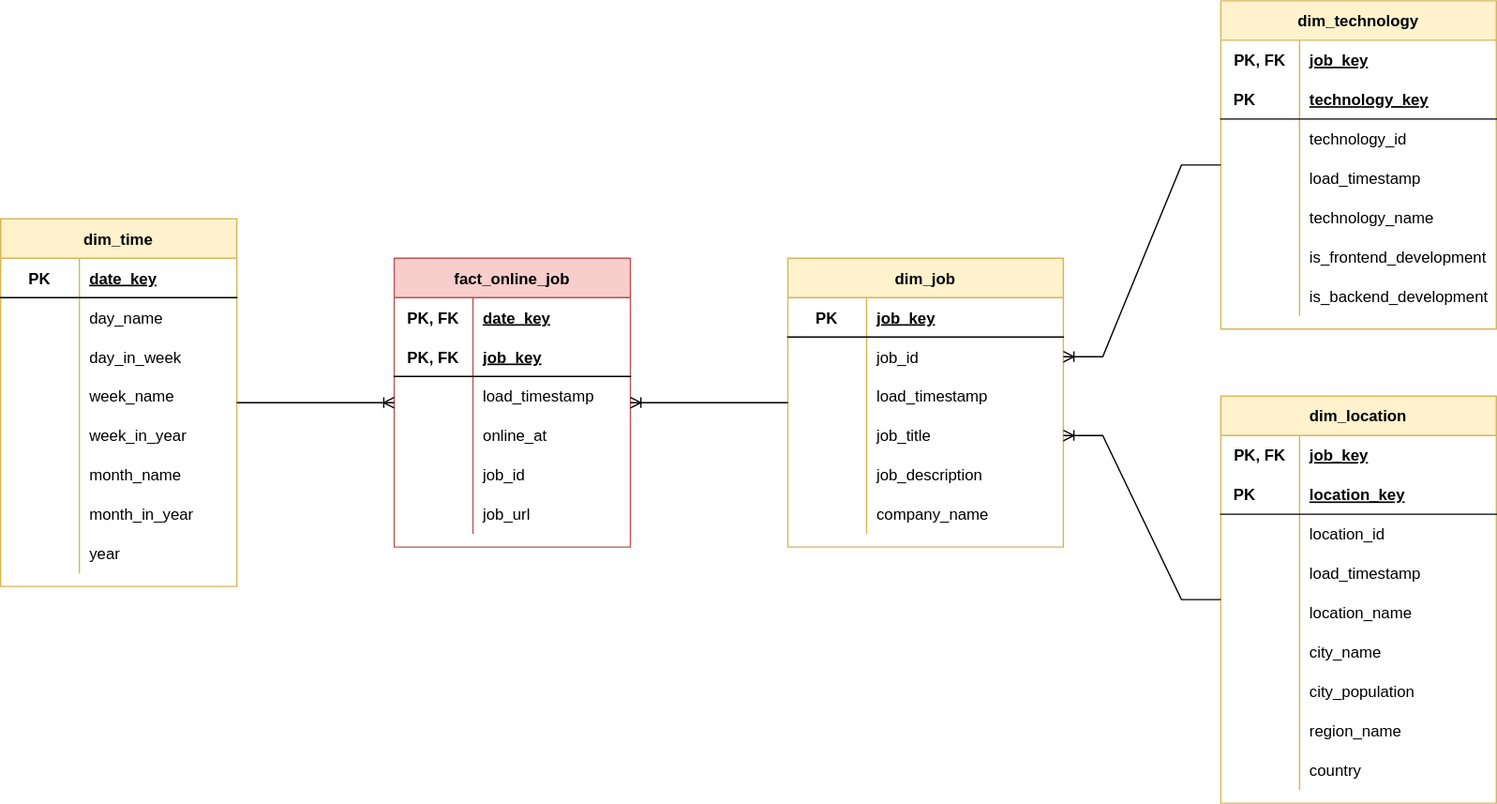
Above: doc/mart-model.drawio.svg in petracarrion/job-market-analytics (draw.io), before the change. Source tidied: cells renumbered, new cells last; positions are measured from the earlier drawing's top-left corner, leaving out a move shared by most shapes.
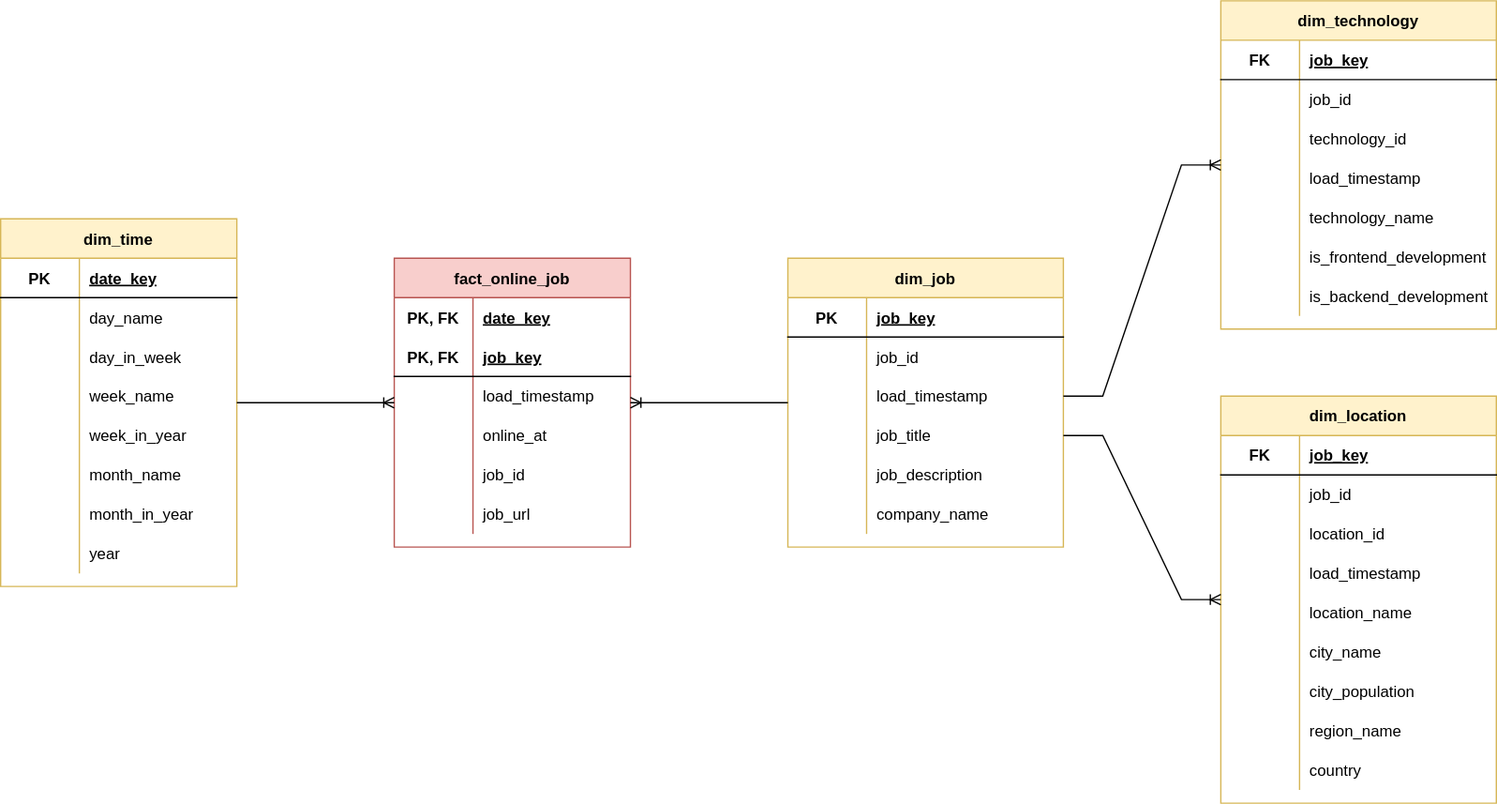
After the change.

Change to the diagram source:
```diff
@@ -195,33 +195,33 @@
     <mxCell id="66" value="dim_location" style="shape=table;startSize=30;rowLines=0;fontStyle=1;align=center;fillColor=#fff2cc;strokeColor=#d6b656;" parent="2" vertex="1">
       <mxGeometry x="930" y="301" width="210" height="310" as="geometry" />
     </mxCell>
-    <mxCell id="67" style="shape=tableRow;horizontal=0;startSize=0;swimlaneHead=0;swimlaneBody=0;fillColor=none;top=0;left=0;right=0;bottom=1;strokeColor=none;" parent="66" vertex="1">
-      <mxGeometry y="30" width="210" height="30" as="geometry" />
-    </mxCell>
-    <mxCell id="68" value="PK, FK" style="shape=partialRectangle;fillColor=none;top=0;left=0;bottom=0;right=0;fontStyle=1;overflow=hidden;" parent="67" vertex="1">
-      <mxGeometry width="60" height="30" as="geometry" />
-    </mxCell>
-    <mxCell id="69" value="job_key" style="shape=partialRectangle;fillColor=none;top=0;left=0;bottom=0;right=0;align=left;spacingLeft=6;fontStyle=5;overflow=hidden;" parent="67" vertex="1">
-      <mxGeometry x="60" width="150" height="30" as="geometry" />
-    </mxCell>
     <mxCell id="70" style="shape=tableRow;horizontal=0;startSize=0;swimlaneHead=0;swimlaneBody=0;fillColor=none;top=0;left=0;right=0;bottom=1;" parent="66" vertex="1">
-      <mxGeometry y="60" width="210" height="30" as="geometry" />
+      <mxGeometry y="30" width="210" height="30" as="geometry" />
     </mxCell>
-    <mxCell id="71" value="PK       " style="shape=partialRectangle;fillColor=none;top=0;left=0;bottom=0;right=0;fontStyle=1;overflow=hidden;" parent="70" vertex="1">
+    <mxCell id="71" value="FK" style="shape=partialRectangle;fillColor=none;top=0;left=0;bottom=0;right=0;fontStyle=1;overflow=hidden;" parent="70" vertex="1">
       <mxGeometry width="60" height="30" as="geometry" />
     </mxCell>
-    <mxCell id="72" value="location_key" style="shape=partialRectangle;fillColor=none;top=0;left=0;bottom=0;right=0;align=left;spacingLeft=6;fontStyle=5;overflow=hidden;" parent="70" vertex="1">
+    <mxCell id="72" value="job_key" style="shape=partialRectangle;fillColor=none;top=0;left=0;bottom=0;right=0;align=left;spacingLeft=6;fontStyle=5;overflow=hidden;" parent="70" vertex="1">
       <mxGeometry x="60" width="150" height="30" as="geometry" />
     </mxCell>
     <mxCell id="73" style="shape=tableRow;horizontal=0;startSize=0;swimlaneHead=0;swimlaneBody=0;fillColor=none;top=0;left=0;right=0;bottom=0;" parent="66" vertex="1">
-      <mxGeometry y="90" width="210" height="30" as="geometry" />
+      <mxGeometry y="60" width="210" height="30" as="geometry" />
     </mxCell>
     <mxCell id="74" style="shape=partialRectangle;fillColor=none;top=0;left=0;bottom=0;right=0;overflow=hidden;" parent="73" vertex="1">
       <mxGeometry width="60" height="30" as="geometry" />
     </mxCell>
-    <mxCell id="75" value="location_id" style="shape=partialRectangle;fillColor=none;top=0;left=0;bottom=0;right=0;align=left;spacingLeft=6;overflow=hidden;" parent="73" vertex="1">
+    <mxCell id="75" value="job_id" style="shape=partialRectangle;fillColor=none;top=0;left=0;bottom=0;right=0;align=left;spacingLeft=6;overflow=hidden;" parent="73" vertex="1">
       <mxGeometry x="60" width="150" height="30" as="geometry" />
     </mxCell>
+    <mxCell id="120" style="shape=tableRow;horizontal=0;startSize=0;swimlaneHead=0;swimlaneBody=0;fillColor=none;top=0;left=0;right=0;bottom=0;" parent="66" vertex="1">
+      <mxGeometry y="90" width="210" height="30" as="geometry" />
+    </mxCell>
+    <mxCell id="121" style="shape=partialRectangle;fillColor=none;top=0;left=0;bottom=0;right=0;overflow=hidden;" parent="120" vertex="1">
+      <mxGeometry width="60" height="30" as="geometry" />
+    </mxCell>
+    <mxCell id="122" value="location_id" style="shape=partialRectangle;fillColor=none;top=0;left=0;bottom=0;right=0;align=left;spacingLeft=6;overflow=hidden;" parent="120" vertex="1">
+      <mxGeometry x="60" width="150" height="30" as="geometry" />
+    </mxCell>
     <mxCell id="76" style="shape=tableRow;horizontal=0;startSize=0;swimlaneHead=0;swimlaneBody=0;fillColor=none;top=0;left=0;right=0;bottom=0;" parent="66" vertex="1">
       <mxGeometry y="120" width="210" height="30" as="geometry" />
     </mxCell>
@@ -279,33 +279,33 @@
     <mxCell id="94" value="dim_technology" style="shape=table;startSize=30;rowLines=0;fontStyle=1;align=center;fillColor=#fff2cc;strokeColor=#d6b656;" parent="2" vertex="1">
       <mxGeometry x="930" width="210" height="250" as="geometry" />
     </mxCell>
-    <mxCell id="95" style="shape=tableRow;horizontal=0;startSize=0;swimlaneHead=0;swimlaneBody=0;fillColor=none;top=0;left=0;right=0;bottom=1;strokeColor=none;" parent="94" vertex="1">
-      <mxGeometry y="30" width="210" height="30" as="geometry" />
-    </mxCell>
-    <mxCell id="96" value="PK, FK" style="shape=partialRectangle;fillColor=none;top=0;left=0;bottom=0;right=0;fontStyle=1;overflow=hidden;" parent="95" vertex="1">
-      <mxGeometry width="60" height="30" as="geometry" />
-    </mxCell>
-    <mxCell id="97" value="job_key" style="shape=partialRectangle;fillColor=none;top=0;left=0;bottom=0;right=0;align=left;spacingLeft=6;fontStyle=5;overflow=hidden;" parent="95" vertex="1">
-      <mxGeometry x="60" width="150" height="30" as="geometry" />
-    </mxCell>
     <mxCell id="98" style="shape=tableRow;horizontal=0;startSize=0;swimlaneHead=0;swimlaneBody=0;fillColor=none;top=0;left=0;right=0;bottom=1;" parent="94" vertex="1">
-      <mxGeometry y="60" width="210" height="30" as="geometry" />
+      <mxGeometry y="30" width="210" height="30" as="geometry" />
     </mxCell>
-    <mxCell id="99" value="PK       " style="shape=partialRectangle;fillColor=none;top=0;left=0;bottom=0;right=0;fontStyle=1;overflow=hidden;" parent="98" vertex="1">
+    <mxCell id="99" value="FK" style="shape=partialRectangle;fillColor=none;top=0;left=0;bottom=0;right=0;fontStyle=1;overflow=hidden;" parent="98" vertex="1">
       <mxGeometry width="60" height="30" as="geometry" />
     </mxCell>
-    <mxCell id="100" value="technology_key" style="shape=partialRectangle;fillColor=none;top=0;left=0;bottom=0;right=0;align=left;spacingLeft=6;fontStyle=5;overflow=hidden;" parent="98" vertex="1">
+    <mxCell id="100" value="job_key" style="shape=partialRectangle;fillColor=none;top=0;left=0;bottom=0;right=0;align=left;spacingLeft=6;fontStyle=5;overflow=hidden;" parent="98" vertex="1">
       <mxGeometry x="60" width="150" height="30" as="geometry" />
     </mxCell>
     <mxCell id="101" style="shape=tableRow;horizontal=0;startSize=0;swimlaneHead=0;swimlaneBody=0;fillColor=none;top=0;left=0;right=0;bottom=0;" parent="94" vertex="1">
-      <mxGeometry y="90" width="210" height="30" as="geometry" />
+      <mxGeometry y="60" width="210" height="30" as="geometry" />
     </mxCell>
     <mxCell id="102" style="shape=partialRectangle;fillColor=none;top=0;left=0;bottom=0;right=0;overflow=hidden;" parent="101" vertex="1">
       <mxGeometry width="60" height="30" as="geometry" />
     </mxCell>
-    <mxCell id="103" value="technology_id" style="shape=partialRectangle;fillColor=none;top=0;left=0;bottom=0;right=0;align=left;spacingLeft=6;overflow=hidden;" parent="101" vertex="1">
+    <mxCell id="103" value="job_id" style="shape=partialRectangle;fillColor=none;top=0;left=0;bottom=0;right=0;align=left;spacingLeft=6;overflow=hidden;" parent="101" vertex="1">
       <mxGeometry x="60" width="150" height="30" as="geometry" />
     </mxCell>
+    <mxCell id="123" style="shape=tableRow;horizontal=0;startSize=0;swimlaneHead=0;swimlaneBody=0;fillColor=none;top=0;left=0;right=0;bottom=0;" parent="94" vertex="1">
+      <mxGeometry y="90" width="210" height="30" as="geometry" />
+    </mxCell>
+    <mxCell id="124" style="shape=partialRectangle;fillColor=none;top=0;left=0;bottom=0;right=0;overflow=hidden;" parent="123" vertex="1">
+      <mxGeometry width="60" height="30" as="geometry" />
+    </mxCell>
+    <mxCell id="125" value="technology_id" style="shape=partialRectangle;fillColor=none;top=0;left=0;bottom=0;right=0;align=left;spacingLeft=6;overflow=hidden;" parent="123" vertex="1">
+      <mxGeometry x="60" width="150" height="30" as="geometry" />
+    </mxCell>
     <mxCell id="104" style="shape=tableRow;horizontal=0;startSize=0;swimlaneHead=0;swimlaneBody=0;fillColor=none;top=0;left=0;right=0;bottom=0;" parent="94" vertex="1">
       <mxGeometry y="120" width="210" height="30" as="geometry" />
     </mxCell>
@@ -348,10 +348,10 @@
     <mxCell id="117" style="edgeStyle=entityRelationEdgeStyle;fontSize=12;html=1;endArrow=ERoneToMany;rounded=0;" parent="2" edge="1" source="47" target="28">
       <mxGeometry relative="1" as="geometry" />
     </mxCell>
-    <mxCell id="118" style="edgeStyle=entityRelationEdgeStyle;fontSize=12;html=1;endArrow=ERoneToMany;rounded=0;entryX=1;entryY=0.5;entryDx=0;entryDy=0;" parent="2" edge="1" source="94" target="51">
+    <mxCell id="118" style="edgeStyle=entityRelationEdgeStyle;fontSize=12;html=1;endArrow=ERoneToMany;rounded=0;exitX=1;exitY=0.5;exitDx=0;exitDy=0;" parent="2" edge="1" source="54" target="94">
       <mxGeometry relative="1" as="geometry" />
     </mxCell>
-    <mxCell id="119" style="edgeStyle=entityRelationEdgeStyle;fontSize=12;html=1;endArrow=ERoneToMany;rounded=0;entryX=1;entryY=0.5;entryDx=0;entryDy=0;" parent="2" edge="1" source="66" target="57">
+    <mxCell id="119" style="edgeStyle=entityRelationEdgeStyle;fontSize=12;html=1;endArrow=ERoneToMany;rounded=0;exitX=1;exitY=0.5;exitDx=0;exitDy=0;" parent="2" edge="1" source="57" target="66">
       <mxGeometry relative="1" as="geometry" />
     </mxCell>
   </root>
```
